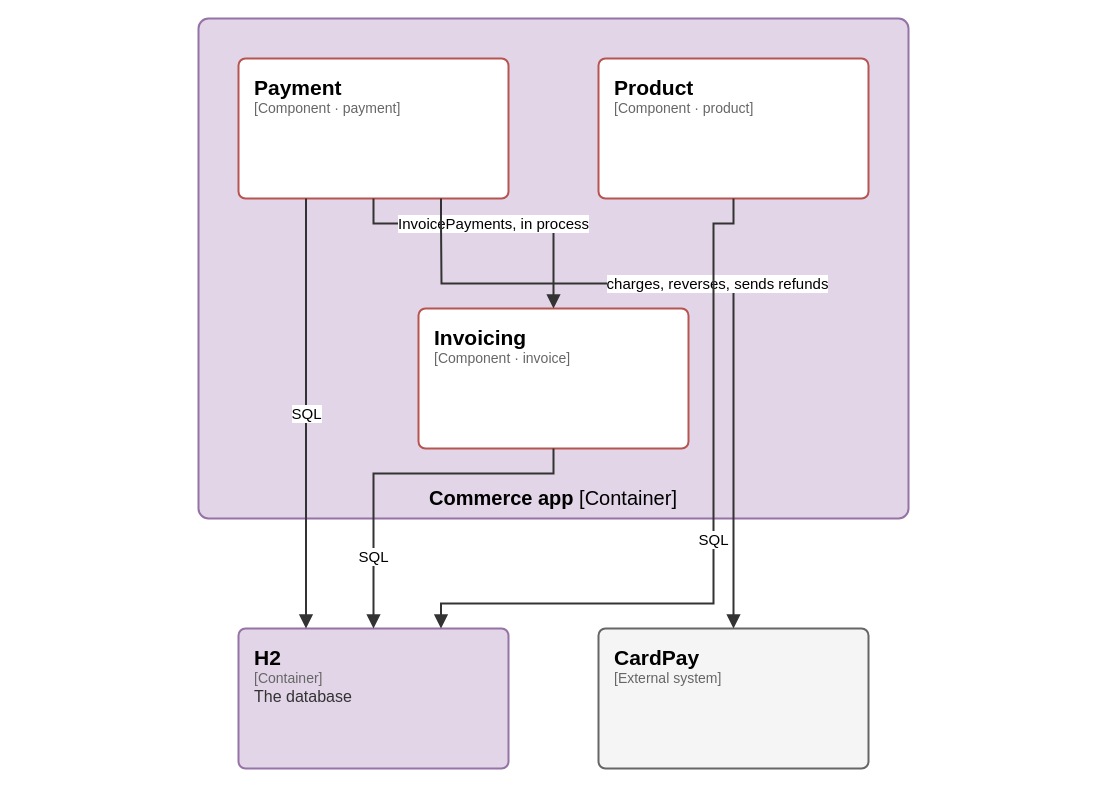
This is page "C4 3 - Components of Commerce app" (3 of 7) of docs/architecture/c4.drawio from elie29/partition-commerce, a draw.io file, before an edit. Source tidied: cells renumbered, new cells numbered last; positions are measured from the earlier drawing's top-left corner, leaving out a move shared by most shapes. Both pictures are drawn from the tidied source at 100%, with x=0, y=0 at pixel (198, 18).
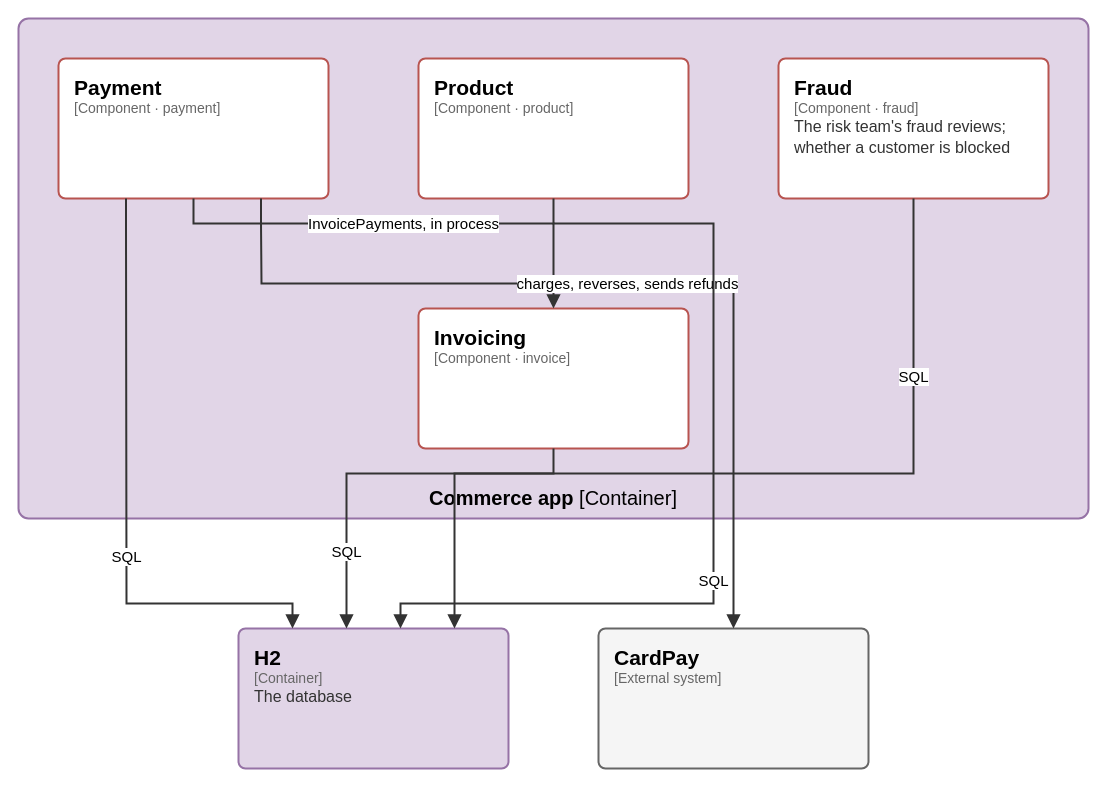
After the change.

Unchanged cells that the change refers to:
```xml
<mxCell id="3" value="&lt;span style=&quot;font-size:21px;font-weight:600;color:#000000&quot;&gt;Invoicing&lt;/span&gt;&lt;br&gt;&lt;span style=&quot;font-family:IBM Plex Mono;font-size:14px;color:#666666&quot;&gt;[Component · invoice]&lt;/span&gt;" style="rounded=1;absoluteArcSize=1;arcSize=14;html=1;whiteSpace=wrap;fillColor=#ffffff;strokeColor=#b85450;strokeWidth=2;fontFamily=IBM Plex Sans;align=left;verticalAlign=top;spacingLeft=14;spacingRight=10;spacingTop=10;partition=NwpGBdmDzl;" parent="1" vertex="1">
  <mxGeometry x="220" y="290" width="270" height="140" as="geometry" />
</mxCell>
<mxCell id="6" value="&lt;span style=&quot;font-size:21px;font-weight:600;color:#000000&quot;&gt;H2&lt;/span&gt;&lt;br&gt;&lt;span style=&quot;font-family:IBM Plex Mono;font-size:14px;color:#666666&quot;&gt;[Container]&lt;/span&gt;&lt;br&gt;&lt;span style=&quot;font-size:16px;color:#333333;line-height:1.3&quot;&gt;The database&lt;/span&gt;" style="rounded=1;absoluteArcSize=1;arcSize=14;html=1;whiteSpace=wrap;fillColor=#e1d5e7;strokeColor=#9673a6;strokeWidth=2;fontFamily=IBM Plex Sans;align=left;verticalAlign=top;spacingLeft=14;spacingRight=10;spacingTop=10;partition=VhqOdWhMpS;" parent="1" vertex="1">
  <mxGeometry x="40" y="610" width="270" height="140" as="geometry" />
</mxCell>
<mxCell id="7" value="&lt;span style=&quot;font-size:21px;font-weight:600;color:#000000&quot;&gt;CardPay&lt;/span&gt;&lt;br&gt;&lt;span style=&quot;font-family:IBM Plex Mono;font-size:14px;color:#666666&quot;&gt;[External system]&lt;/span&gt;" style="rounded=1;absoluteArcSize=1;arcSize=14;html=1;whiteSpace=wrap;fillColor=#f5f5f5;strokeColor=#666666;strokeWidth=2;fontFamily=IBM Plex Sans;align=left;verticalAlign=top;spacingLeft=14;spacingRight=10;spacingTop=10;partition=R1m1i5lw6r;" parent="1" vertex="1">
  <mxGeometry x="400" y="610" width="270" height="140" as="geometry" />
</mxCell>
```

Diff of the diagram source:
```diff
@@
-    <mxCell id="2" value="&lt;b&gt;Commerce app&lt;/b&gt; [Container]" style="rounded=1;absoluteArcSize=1;arcSize=20;html=1;whiteSpace=wrap;fillColor=#e1d5e7;strokeColor=#9673a6;strokeWidth=2;fontFamily=IBM Plex Sans;fontSize=20;verticalAlign=bottom;spacingTop=6;spacingBottom=6;partition=uWRdhQlmVW;" parent="1" vertex="1">
-      <mxGeometry width="710" height="500" as="geometry" />
+    <mxCell id="2" value="&lt;b&gt;Commerce app&lt;/b&gt; [Container]" style="rounded=1;absoluteArcSize=1;arcSize=20;html=1;whiteSpace=wrap;fillColor=#e1d5e7;strokeColor=#9673a6;strokeWidth=2;fontFamily=IBM Plex Sans;fontSize=20;verticalAlign=bottom;spacingTop=6;spacingBottom=6;partition=-vGjSmE00T;" parent="1" vertex="1">
+      <mxGeometry x="-180" width="1070" height="500" as="geometry" />
     </mxCell>
@@
-    <mxCell id="4" value="&lt;span style=&quot;font-size:21px;font-weight:600;color:#000000&quot;&gt;Payment&lt;/span&gt;&lt;br&gt;&lt;span style=&quot;font-family:IBM Plex Mono;font-size:14px;color:#666666&quot;&gt;[Component · payment]&lt;/span&gt;" style="rounded=1;absoluteArcSize=1;arcSize=14;html=1;whiteSpace=wrap;fillColor=#ffffff;strokeColor=#b85450;strokeWidth=2;fontFamily=IBM Plex Sans;align=left;verticalAlign=top;spacingLeft=14;spacingRight=10;spacingTop=10;partition=OoiQrNIVBC;" parent="1" vertex="1">
-      <mxGeometry x="40" y="40" width="270" height="140" as="geometry" />
+    <mxCell id="4" value="&lt;span style=&quot;font-size:21px;font-weight:600;color:#000000&quot;&gt;Payment&lt;/span&gt;&lt;br&gt;&lt;span style=&quot;font-family:IBM Plex Mono;font-size:14px;color:#666666&quot;&gt;[Component · payment]&lt;/span&gt;" style="rounded=1;absoluteArcSize=1;arcSize=14;html=1;whiteSpace=wrap;fillColor=#ffffff;strokeColor=#b85450;strokeWidth=2;fontFamily=IBM Plex Sans;align=left;verticalAlign=top;spacingLeft=14;spacingRight=10;spacingTop=10;partition=MpiWCou8A7;" parent="1" vertex="1">
+      <mxGeometry x="-140" y="40" width="270" height="140" as="geometry" />
     </mxCell>
-    <mxCell id="5" value="&lt;span style=&quot;font-size:21px;font-weight:600;color:#000000&quot;&gt;Product&lt;/span&gt;&lt;br&gt;&lt;span style=&quot;font-family:IBM Plex Mono;font-size:14px;color:#666666&quot;&gt;[Component · product]&lt;/span&gt;" style="rounded=1;absoluteArcSize=1;arcSize=14;html=1;whiteSpace=wrap;fillColor=#ffffff;strokeColor=#b85450;strokeWidth=2;fontFamily=IBM Plex Sans;align=left;verticalAlign=top;spacingLeft=14;spacingRight=10;spacingTop=10;partition=eIuSdzb2dt;" parent="1" vertex="1">
-      <mxGeometry x="400" y="40" width="270" height="140" as="geometry" />
+    <mxCell id="5" value="&lt;span style=&quot;font-size:21px;font-weight:600;color:#000000&quot;&gt;Product&lt;/span&gt;&lt;br&gt;&lt;span style=&quot;font-family:IBM Plex Mono;font-size:14px;color:#666666&quot;&gt;[Component · product]&lt;/span&gt;" style="rounded=1;absoluteArcSize=1;arcSize=14;html=1;whiteSpace=wrap;fillColor=#ffffff;strokeColor=#b85450;strokeWidth=2;fontFamily=IBM Plex Sans;align=left;verticalAlign=top;spacingLeft=14;spacingRight=10;spacingTop=10;partition=rwtB4VHL-5;" parent="1" vertex="1">
+      <mxGeometry x="220" y="40" width="270" height="140" as="geometry" />
     </mxCell>
+    <mxCell id="13" value="&lt;span style=&quot;font-size:21px;font-weight:600;color:#000000&quot;&gt;Fraud&lt;/span&gt;&lt;br&gt;&lt;span style=&quot;font-family:IBM Plex Mono;font-size:14px;color:#666666&quot;&gt;[Component · fraud]&lt;/span&gt;&lt;br&gt;&lt;span style=&quot;font-size:16px;color:#333333;line-height:1.3&quot;&gt;The risk team&amp;#39;s fraud reviews; whether a customer is blocked&lt;/span&gt;" style="rounded=1;absoluteArcSize=1;arcSize=14;html=1;whiteSpace=wrap;fillColor=#ffffff;strokeColor=#b85450;strokeWidth=2;fontFamily=IBM Plex Sans;align=left;verticalAlign=top;spacingLeft=14;spacingRight=10;spacingTop=10;partition=0IPpTdDtHd;" parent="1" vertex="1">
+      <mxGeometry x="580" y="40" width="270" height="140" as="geometry" />
+    </mxCell>
@@
-    <mxCell id="8" value="SQL" style="edgeStyle=orthogonalEdgeStyle;rounded=0;html=1;endArrow=block;endFill=1;endSize=9;strokeColor=#333333;strokeWidth=2;fontFamily=IBM Plex Sans;fontSize=15;fontColor=#000000;labelBackgroundColor=#FFFFFF;spacing=3;exitX=0.5;exitY=1;exitPerimeter=0;entryX=0.5;entryY=0;entryPerimeter=0;partition=GqR2JiRpH3;" parent="1" edge="1" source="3" target="6">
+    <mxCell id="8" value="SQL" style="edgeStyle=orthogonalEdgeStyle;rounded=0;html=1;endArrow=block;endFill=1;endSize=9;strokeColor=#333333;strokeWidth=2;fontFamily=IBM Plex Sans;fontSize=15;fontColor=#000000;labelBackgroundColor=#FFFFFF;spacing=3;exitX=0.5;exitY=1;exitPerimeter=0;entryX=0.4;entryY=0;entryPerimeter=0;partition=IwNhcftJD9;" parent="1" edge="1" source="3" target="6">
       <mxGeometry x="0.6" relative="1" as="geometry">
         <Array as="points">
           <mxPoint x="355" y="455" />
-          <mxPoint x="175" y="455" />
-          <mxPoint x="175" y="585" />
+          <mxPoint x="148" y="455" />
+          <mxPoint x="148" y="585" />
         </Array>
       </mxGeometry>
     </mxCell>
-    <mxCell id="9" value="InvoicePayments, in process" style="edgeStyle=orthogonalEdgeStyle;rounded=0;html=1;endArrow=block;endFill=1;endSize=9;strokeColor=#333333;strokeWidth=2;fontFamily=IBM Plex Sans;fontSize=15;fontColor=#000000;labelBackgroundColor=#FFFFFF;spacing=3;exitX=0.5;exitY=1;exitPerimeter=0;entryX=0.5;entryY=0;entryPerimeter=0;partition=HCaEWB2_6R;" parent="1" edge="1" source="4" target="3">
+    <mxCell id="9" value="InvoicePayments, in process" style="edgeStyle=orthogonalEdgeStyle;rounded=0;html=1;endArrow=block;endFill=1;endSize=9;strokeColor=#333333;strokeWidth=2;fontFamily=IBM Plex Sans;fontSize=15;fontColor=#000000;labelBackgroundColor=#FFFFFF;spacing=3;exitX=0.5;exitY=1;exitPerimeter=0;entryX=0.5;entryY=0;entryPerimeter=0;partition=rWhKiRoJzm;" parent="1" edge="1" source="4" target="3">
       <mxGeometry relative="1" as="geometry">
         <Array as="points">
-          <mxPoint x="175" y="205" />
+          <mxPoint x="-5" y="205" />
           <mxPoint x="355" y="205" />
           <mxPoint x="355" y="265" />
         </Array>
       </mxGeometry>
     </mxCell>
-    <mxCell id="10" value="SQL" style="edgeStyle=orthogonalEdgeStyle;rounded=0;html=1;endArrow=block;endFill=1;endSize=9;strokeColor=#333333;strokeWidth=2;fontFamily=IBM Plex Sans;fontSize=15;fontColor=#000000;labelBackgroundColor=#FFFFFF;spacing=3;exitX=0.25;exitY=1;exitPerimeter=0;entryX=0.25;entryY=0;entryPerimeter=0;partition=ZxdGAgK2mz;" parent="1" edge="1" source="4" target="6">
-      <mxGeometry relative="1" as="geometry">
+    <mxCell id="10" value="SQL" style="edgeStyle=orthogonalEdgeStyle;rounded=0;html=1;endArrow=block;endFill=1;endSize=9;strokeColor=#333333;strokeWidth=2;fontFamily=IBM Plex Sans;fontSize=15;fontColor=#000000;labelBackgroundColor=#FFFFFF;spacing=3;exitX=0.25;exitY=1;exitPerimeter=0;entryX=0.2;entryY=0;entryPerimeter=0;partition=qxlWrTsdIg;" parent="1" edge="1" source="4" target="6">
+      <mxGeometry x="0.2" relative="1" as="geometry">
         <Array as="points">
-          <mxPoint x="108" y="205" />
-          <mxPoint x="108" y="585" />
+          <mxPoint x="-72" y="205" />
+          <mxPoint x="-72" y="585" />
+          <mxPoint x="94" y="585" />
         </Array>
       </mxGeometry>
     </mxCell>
-    <mxCell id="11" value="charges, reverses, sends refunds" style="edgeStyle=orthogonalEdgeStyle;rounded=0;html=1;endArrow=block;endFill=1;endSize=9;strokeColor=#333333;strokeWidth=2;fontFamily=IBM Plex Sans;fontSize=15;fontColor=#000000;labelBackgroundColor=#FFFFFF;spacing=3;exitX=0.75;exitY=1;exitPerimeter=0;entryX=0.5;entryY=0;entryPerimeter=0;partition=G0goYEZjoc;" parent="1" edge="1" source="4" target="7">
+    <mxCell id="11" value="charges, reverses, sends refunds" style="edgeStyle=orthogonalEdgeStyle;rounded=0;html=1;endArrow=block;endFill=1;endSize=9;strokeColor=#333333;strokeWidth=2;fontFamily=IBM Plex Sans;fontSize=15;fontColor=#000000;labelBackgroundColor=#FFFFFF;spacing=3;exitX=0.75;exitY=1;exitPerimeter=0;entryX=0.5;entryY=0;entryPerimeter=0;partition=uNFNKJ1G9t;" parent="1" edge="1" source="4" target="7">
       <mxGeometry relative="1" as="geometry">
         <Array as="points">
-          <mxPoint x="243" y="205" />
-          <mxPoint x="243" y="265" />
+          <mxPoint x="63" y="205" />
+          <mxPoint x="63" y="265" />
           <mxPoint x="535" y="265" />
           <mxPoint x="535" y="585" />
         </Array>
       </mxGeometry>
     </mxCell>
-    <mxCell id="12" value="SQL" style="edgeStyle=orthogonalEdgeStyle;rounded=0;html=1;endArrow=block;endFill=1;endSize=9;strokeColor=#333333;strokeWidth=2;fontFamily=IBM Plex Sans;fontSize=15;fontColor=#000000;labelBackgroundColor=#FFFFFF;spacing=3;exitX=0.5;exitY=1;exitPerimeter=0;entryX=0.75;entryY=0;entryPerimeter=0;partition=YMV2wwOjQx;" parent="1" edge="1" source="5" target="6">
-      <mxGeometry relative="1" as="geometry">
+    <mxCell id="12" value="SQL" style="edgeStyle=orthogonalEdgeStyle;rounded=0;html=1;endArrow=block;endFill=1;endSize=9;strokeColor=#333333;strokeWidth=2;fontFamily=IBM Plex Sans;fontSize=15;fontColor=#000000;labelBackgroundColor=#FFFFFF;spacing=3;exitX=0.5;exitY=1;exitPerimeter=0;entryX=0.6;entryY=0;entryPerimeter=0;partition=BJV036VgVb;" parent="1" edge="1" source="5" target="6">
+      <mxGeometry x="0.2" relative="1" as="geometry">
         <Array as="points">
-          <mxPoint x="535" y="205" />
+          <mxPoint x="355" y="205" />
           <mxPoint x="515" y="205" />
           <mxPoint x="515" y="585" />
-          <mxPoint x="243" y="585" />
+          <mxPoint x="202" y="585" />
         </Array>
       </mxGeometry>
     </mxCell>
+    <mxCell id="14" value="SQL" style="edgeStyle=orthogonalEdgeStyle;rounded=0;html=1;endArrow=block;endFill=1;endSize=9;strokeColor=#333333;strokeWidth=2;fontFamily=IBM Plex Sans;fontSize=15;fontColor=#000000;labelBackgroundColor=#FFFFFF;spacing=3;exitX=0.5;exitY=1;exitPerimeter=0;entryX=0.8;entryY=0;entryPerimeter=0;partition=luHR0haftd;" parent="1" edge="1" source="13" target="6">
+      <mxGeometry x="-0.6" relative="1" as="geometry">
+        <Array as="points">
+          <mxPoint x="715" y="205" />
+          <mxPoint x="715" y="455" />
+          <mxPoint x="256" y="455" />
+          <mxPoint x="256" y="585" />
+        </Array>
+      </mxGeometry>
+    </mxCell>
```
